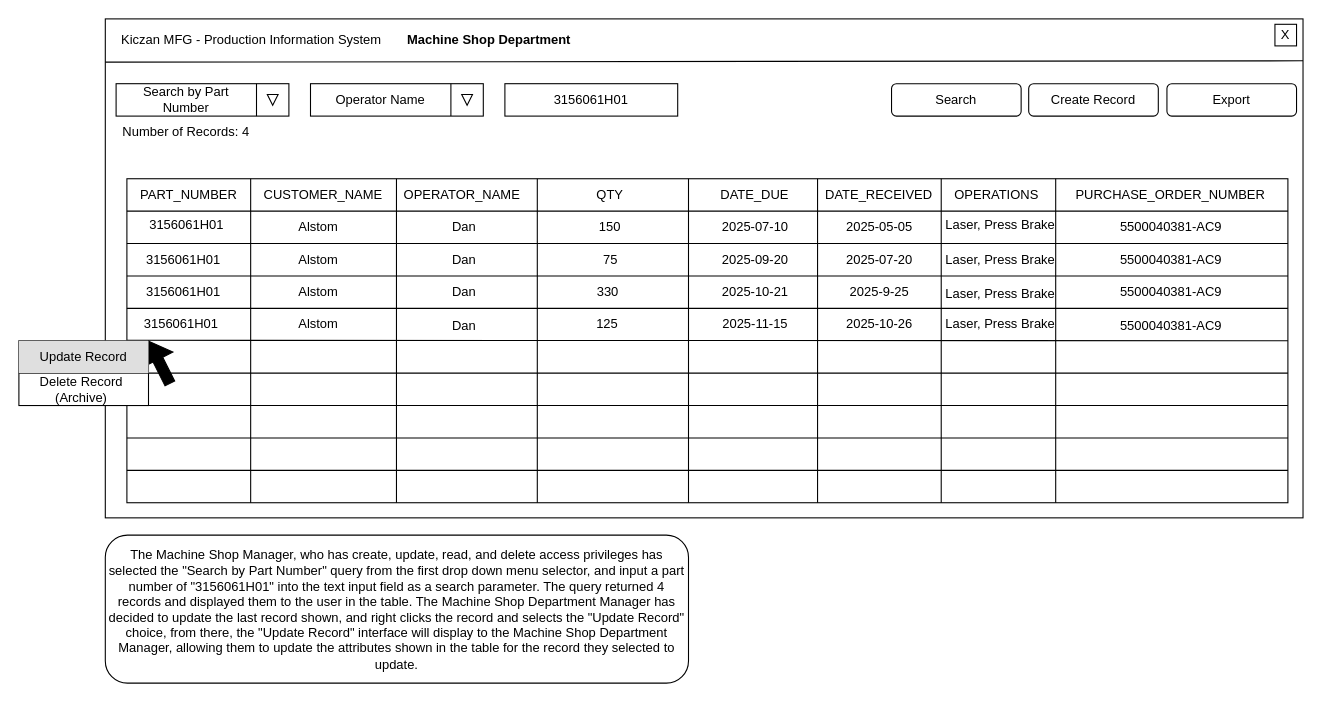
Above: Main User Interface Wireframe Search By Part Number UPDATE.drawio in JrST90/Team2CapstoneProject (draw.io), before the change. Source tidied: cells renumbered, new cells numbered last; positions are measured from the earlier drawing's top-left corner, leaving out a move shared by most shapes. Both pictures are drawn from the tidied source at 108%, with x=0, y=0 at pixel (18, 18).
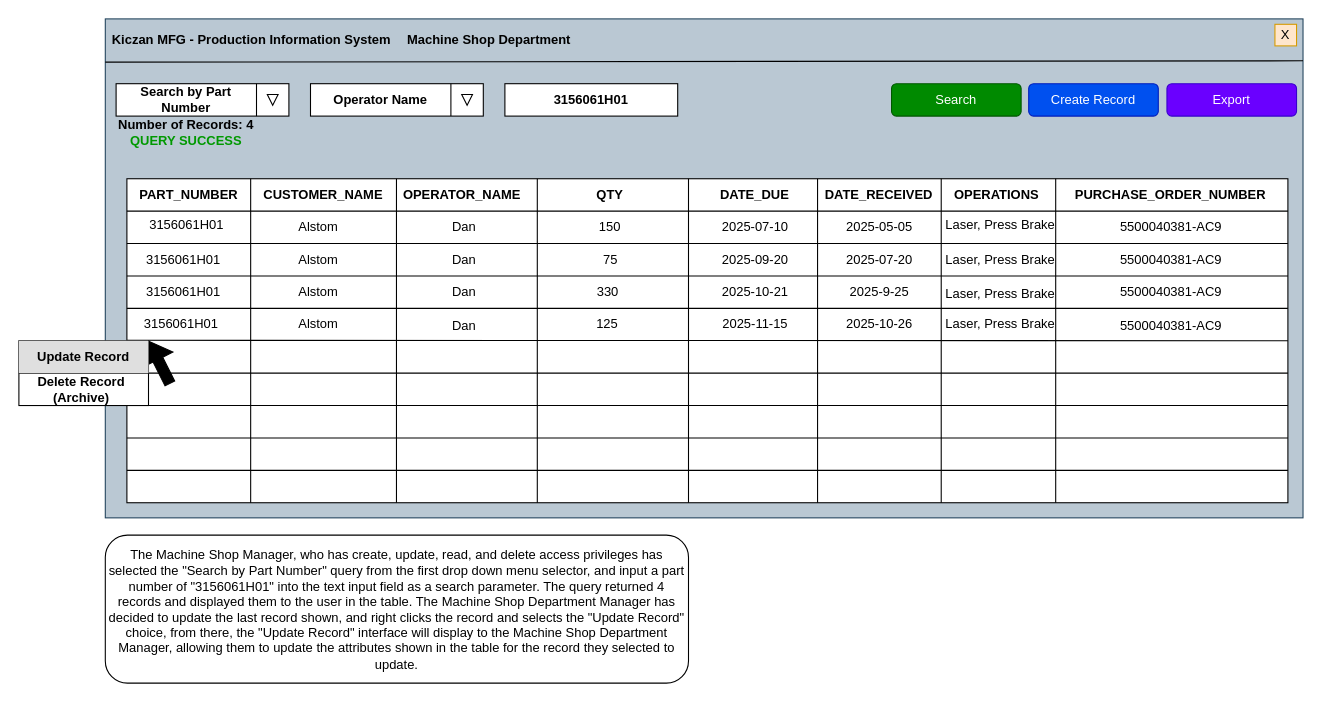
Above is the later version.

What changed in the source:
```diff
@@
-    <mxCell id="2" style="rounded=0;whiteSpace=wrap;html=1;" parent="1" vertex="1">
+    <mxCell id="2" style="rounded=0;whiteSpace=wrap;html=1;fillColor=#bac8d3;strokeColor=#23445d;" parent="1" vertex="1">
       <mxGeometry x="80" width="1109" height="462" as="geometry" />
     </mxCell>
@@
-    <mxCell id="4" value="X" style="whiteSpace=wrap;html=1;" parent="1" vertex="1">
+    <mxCell id="4" value="X" style="whiteSpace=wrap;html=1;fillColor=#ffe6cc;strokeColor=#d79b00;" parent="1" vertex="1">
       <mxGeometry x="1163" y="5" width="20" height="20" as="geometry" />
     </mxCell>
-    <mxCell id="5" value="Kiczan MFG - Production Information System" style="text;html=1;whiteSpace=wrap;strokeColor=none;fillColor=none;align=center;verticalAlign=middle;rounded=0;" parent="1" vertex="1">
+    <mxCell id="5" value="&lt;b&gt;Kiczan MFG - Production Information System&lt;/b&gt;" style="text;html=1;whiteSpace=wrap;strokeColor=none;fillColor=none;align=center;verticalAlign=middle;rounded=0;" parent="1" vertex="1">
       <mxGeometry x="80" y="5" width="271" height="30" as="geometry" />
     </mxCell>
@@
-    <mxCell id="8" value="3156061H01" style="rounded=0;whiteSpace=wrap;html=1;" parent="1" vertex="1">
+    <mxCell id="8" value="&lt;b&gt;3156061H01&lt;/b&gt;" style="rounded=0;whiteSpace=wrap;html=1;" parent="1" vertex="1">
       <mxGeometry x="450" y="60" width="160" height="30" as="geometry" />
     </mxCell>
-    <mxCell id="9" value="Search" style="rounded=1;whiteSpace=wrap;html=1;" parent="1" vertex="1">
+    <mxCell id="9" value="Search" style="rounded=1;whiteSpace=wrap;html=1;fillColor=#008a00;fontColor=#ffffff;strokeColor=#005700;" parent="1" vertex="1">
       <mxGeometry x="808" y="60" width="120" height="30" as="geometry" />
     </mxCell>
-    <mxCell id="10" value="Search by Part Number" style="text;html=1;whiteSpace=wrap;strokeColor=none;fillColor=none;align=center;verticalAlign=middle;rounded=0;" parent="1" vertex="1">
+    <mxCell id="10" value="&lt;b&gt;Search by Part Number&lt;/b&gt;" style="text;html=1;whiteSpace=wrap;strokeColor=none;fillColor=none;align=center;verticalAlign=middle;rounded=0;" parent="1" vertex="1">
       <mxGeometry x="110" y="60" width="90" height="30" as="geometry" />
     </mxCell>
@@
-    <mxCell id="14" value="Operator Name" style="text;html=1;whiteSpace=wrap;strokeColor=none;fillColor=none;align=center;verticalAlign=middle;rounded=0;" parent="1" vertex="1">
+    <mxCell id="14" value="&lt;b&gt;Operator Name&lt;/b&gt;" style="text;html=1;whiteSpace=wrap;strokeColor=none;fillColor=none;align=center;verticalAlign=middle;rounded=0;" parent="1" vertex="1">
       <mxGeometry x="260" y="60" width="150" height="30" as="geometry" />
     </mxCell>
@@
-    <mxCell id="30" value="Number of Records: 4" style="text;html=1;whiteSpace=wrap;strokeColor=none;fillColor=none;align=center;verticalAlign=middle;rounded=0;" parent="1" vertex="1">
+    <mxCell id="30" value="&lt;b&gt;Number of Records: 4 &lt;font style=&quot;color: rgb(0, 153, 0);&quot;&gt;QUERY SUCCESS&lt;/font&gt;&lt;/b&gt;" style="text;html=1;whiteSpace=wrap;strokeColor=none;fillColor=none;align=center;verticalAlign=middle;rounded=0;" parent="1" vertex="1">
       <mxGeometry x="70" y="90" width="170" height="30" as="geometry" />
     </mxCell>
-    <mxCell id="31" value="Create Record" style="rounded=1;whiteSpace=wrap;html=1;" parent="1" vertex="1">
+    <mxCell id="31" value="Create Record" style="rounded=1;whiteSpace=wrap;html=1;fillColor=#0050ef;fontColor=#ffffff;strokeColor=#001DBC;" parent="1" vertex="1">
       <mxGeometry x="935" y="60" width="120" height="30" as="geometry" />
     </mxCell>
-    <mxCell id="32" value="PART_NUMBER" style="text;html=1;whiteSpace=wrap;strokeColor=none;fillColor=none;align=center;verticalAlign=middle;rounded=0;" parent="1" vertex="1">
+    <mxCell id="32" value="&lt;b&gt;PART_NUMBER&lt;/b&gt;" style="text;html=1;whiteSpace=wrap;strokeColor=none;fillColor=none;align=center;verticalAlign=middle;rounded=0;" parent="1" vertex="1">
       <mxGeometry x="106" y="148" width="103" height="30" as="geometry" />
     </mxCell>
-    <mxCell id="33" value="CUSTOMER_NAME" style="text;html=1;whiteSpace=wrap;strokeColor=none;fillColor=none;align=center;verticalAlign=middle;rounded=0;" parent="1" vertex="1">
+    <mxCell id="33" value="&lt;b&gt;CUSTOMER_NAME&lt;/b&gt;" style="text;html=1;whiteSpace=wrap;strokeColor=none;fillColor=none;align=center;verticalAlign=middle;rounded=0;" parent="1" vertex="1">
       <mxGeometry x="220" y="148" width="124" height="30" as="geometry" />
     </mxCell>
-    <mxCell id="34" value="OPERATOR_NAME" style="text;html=1;whiteSpace=wrap;strokeColor=none;fillColor=none;align=center;verticalAlign=middle;rounded=0;" parent="1" vertex="1">
+    <mxCell id="34" value="&lt;b&gt;OPERATOR_NAME&lt;/b&gt;" style="text;html=1;whiteSpace=wrap;strokeColor=none;fillColor=none;align=center;verticalAlign=middle;rounded=0;" parent="1" vertex="1">
       <mxGeometry x="355" y="148" width="111" height="30" as="geometry" />
     </mxCell>
-    <mxCell id="35" value="QTY" style="text;html=1;whiteSpace=wrap;strokeColor=none;fillColor=none;align=center;verticalAlign=middle;rounded=0;" parent="1" vertex="1">
+    <mxCell id="35" value="&lt;b&gt;QTY&lt;/b&gt;" style="text;html=1;whiteSpace=wrap;strokeColor=none;fillColor=none;align=center;verticalAlign=middle;rounded=0;" parent="1" vertex="1">
       <mxGeometry x="496" y="148" width="103" height="30" as="geometry" />
     </mxCell>
-    <mxCell id="36" value="DATE_DUE" style="text;html=1;whiteSpace=wrap;strokeColor=none;fillColor=none;align=center;verticalAlign=middle;rounded=0;" parent="1" vertex="1">
+    <mxCell id="36" value="&lt;b&gt;DATE_DUE&lt;/b&gt;" style="text;html=1;whiteSpace=wrap;strokeColor=none;fillColor=none;align=center;verticalAlign=middle;rounded=0;" parent="1" vertex="1">
       <mxGeometry x="630" y="148" width="103" height="30" as="geometry" />
     </mxCell>
-    <mxCell id="37" value="DATE_RECEIVED" style="text;html=1;whiteSpace=wrap;strokeColor=none;fillColor=none;align=center;verticalAlign=middle;rounded=0;" parent="1" vertex="1">
+    <mxCell id="37" value="&lt;b&gt;DATE_RECEIVED&lt;/b&gt;" style="text;html=1;whiteSpace=wrap;strokeColor=none;fillColor=none;align=center;verticalAlign=middle;rounded=0;" parent="1" vertex="1">
       <mxGeometry x="745" y="148" width="103" height="30" as="geometry" />
     </mxCell>
-    <mxCell id="38" value="OPERATIONS" style="text;html=1;whiteSpace=wrap;strokeColor=none;fillColor=none;align=center;verticalAlign=middle;rounded=0;" parent="1" vertex="1">
+    <mxCell id="38" value="&lt;b&gt;OPERATIONS&lt;/b&gt;" style="text;html=1;whiteSpace=wrap;strokeColor=none;fillColor=none;align=center;verticalAlign=middle;rounded=0;" parent="1" vertex="1">
       <mxGeometry x="854" y="148" width="103" height="30" as="geometry" />
     </mxCell>
-    <mxCell id="39" value="PURCHASE_ORDER_NUMBER" style="text;html=1;whiteSpace=wrap;strokeColor=none;fillColor=none;align=center;verticalAlign=middle;rounded=0;" parent="1" vertex="1">
+    <mxCell id="39" value="&lt;b&gt;PURCHASE_ORDER_NUMBER&lt;/b&gt;" style="text;html=1;whiteSpace=wrap;strokeColor=none;fillColor=none;align=center;verticalAlign=middle;rounded=0;" parent="1" vertex="1">
       <mxGeometry x="967" y="148" width="199" height="30" as="geometry" />
     </mxCell>
@@
-    <mxCell id="43" value="Export" style="rounded=1;whiteSpace=wrap;html=1;" parent="1" vertex="1">
+    <mxCell id="43" value="Export" style="rounded=1;whiteSpace=wrap;html=1;fillColor=#6a00ff;fontColor=#ffffff;strokeColor=#3700CC;" parent="1" vertex="1">
       <mxGeometry x="1063" y="60" width="120" height="30" as="geometry" />
     </mxCell>
@@
-    <mxCell id="81" value="Update Record" style="text;html=1;whiteSpace=wrap;strokeColor=none;fillColor=#DFDFDF;align=center;verticalAlign=middle;rounded=0;" parent="1" vertex="1">
+    <mxCell id="81" value="&lt;b&gt;Update Record&lt;/b&gt;" style="text;html=1;whiteSpace=wrap;strokeColor=none;fillColor=#DFDFDF;align=center;verticalAlign=middle;rounded=0;" parent="1" vertex="1">
       <mxGeometry y="298" width="120" height="30" as="geometry" />
     </mxCell>
-    <mxCell id="82" value="Delete Record&lt;div&gt;(Archive)&lt;/div&gt;" style="text;html=1;whiteSpace=wrap;strokeColor=none;fillColor=none;align=center;verticalAlign=middle;rounded=0;" parent="1" vertex="1">
+    <mxCell id="82" value="&lt;b&gt;Delete Record&lt;/b&gt;&lt;div&gt;&lt;b&gt;(Archive)&lt;/b&gt;&lt;/div&gt;" style="text;html=1;whiteSpace=wrap;strokeColor=none;fillColor=none;align=center;verticalAlign=middle;rounded=0;" parent="1" vertex="1">
       <mxGeometry x="12.5" y="328" width="90" height="30" as="geometry" />
     </mxCell>
```
